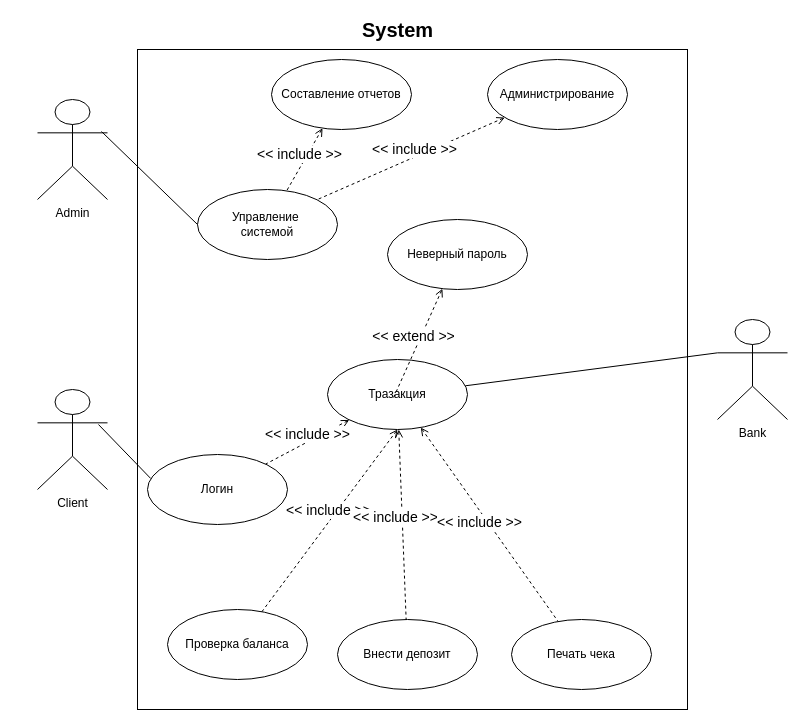
M0zgi/UML keeps this draw.io diagram as UseCase/UseCase.drawio. Above is the earlier version. Source tidied: cells renumbered, new cells numbered last; positions are measured from the earlier drawing's top-left corner, leaving out a move shared by most shapes. Both pictures are drawn from the tidied source at 100%, with x=0, y=0 at pixel (37, 19).
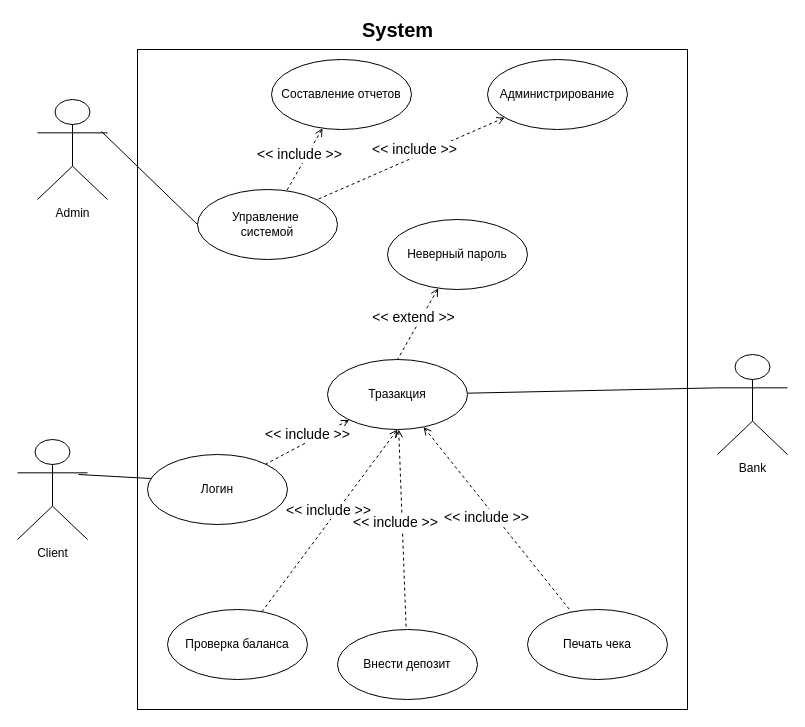
Above is the later version.

Unchanged cells that the change refers to:
```xml
<mxCell id="10" value="Тразакция" style="ellipse;whiteSpace=wrap;html=1;" parent="1" vertex="1">
  <mxGeometry x="290" y="340" width="140" height="70" as="geometry" />
</mxCell>
<mxCell id="17" value="Неверный пароль" style="ellipse;whiteSpace=wrap;html=1;" parent="1" vertex="1">
  <mxGeometry x="350" y="200" width="140" height="70" as="geometry" />
</mxCell>
```

What changed in the source:
```diff
@@
     <mxCell id="6" value="Client" style="shape=umlActor;verticalLabelPosition=bottom;verticalAlign=top;html=1;" parent="1" vertex="1">
-      <mxGeometry y="370" width="70" height="100" as="geometry" />
+      <mxGeometry x="-20" y="420" width="70" height="100" as="geometry" />
     </mxCell>
     <mxCell id="7" value="Bank" style="shape=umlActor;verticalLabelPosition=bottom;verticalAlign=top;html=1;" parent="1" vertex="1">
-      <mxGeometry x="680" y="300" width="70" height="100" as="geometry" />
+      <mxGeometry x="680" y="335" width="70" height="100" as="geometry" />
     </mxCell>
@@
-    <mxCell id="16" value="&amp;lt;&amp;lt; extend &amp;gt;&amp;gt;" style="edgeStyle=none;rounded=0;sketch=0;jettySize=auto;html=1;shadow=0;dashed=1;startArrow=open;startFill=0;endArrow=none;endFill=0;strokeWidth=1;fontSize=14;" parent="1" edge="1" source="17">
-      <mxGeometry x="-0.07" y="-7" relative="1" as="geometry">
-        <mxPoint x="355.2" y="380" as="targetPoint" />
-      </mxGeometry>
+    <mxCell id="16" value="&amp;lt;&amp;lt; extend &amp;gt;&amp;gt;" style="edgeStyle=none;rounded=0;sketch=0;jettySize=auto;html=1;shadow=0;dashed=1;startArrow=open;startFill=0;endArrow=none;endFill=0;strokeWidth=1;fontSize=14;entryX=0.5;entryY=0;entryDx=0;entryDy=0;" parent="1" edge="1" source="17" target="10">
+      <mxGeometry x="-0.07" y="-7" relative="1" as="geometry" />
     </mxCell>
@@
     <mxCell id="20" value="Внести депозит" style="ellipse;whiteSpace=wrap;html=1;" parent="1" vertex="1">
-      <mxGeometry x="300" y="600" width="140" height="70" as="geometry" />
+      <mxGeometry x="300" y="610" width="140" height="70" as="geometry" />
     </mxCell>
@@
     <mxCell id="22" value="Печать чека" style="ellipse;whiteSpace=wrap;html=1;" parent="1" vertex="1">
-      <mxGeometry x="474" y="600" width="140" height="70" as="geometry" />
+      <mxGeometry x="490" y="590" width="140" height="70" as="geometry" />
     </mxCell>
```
